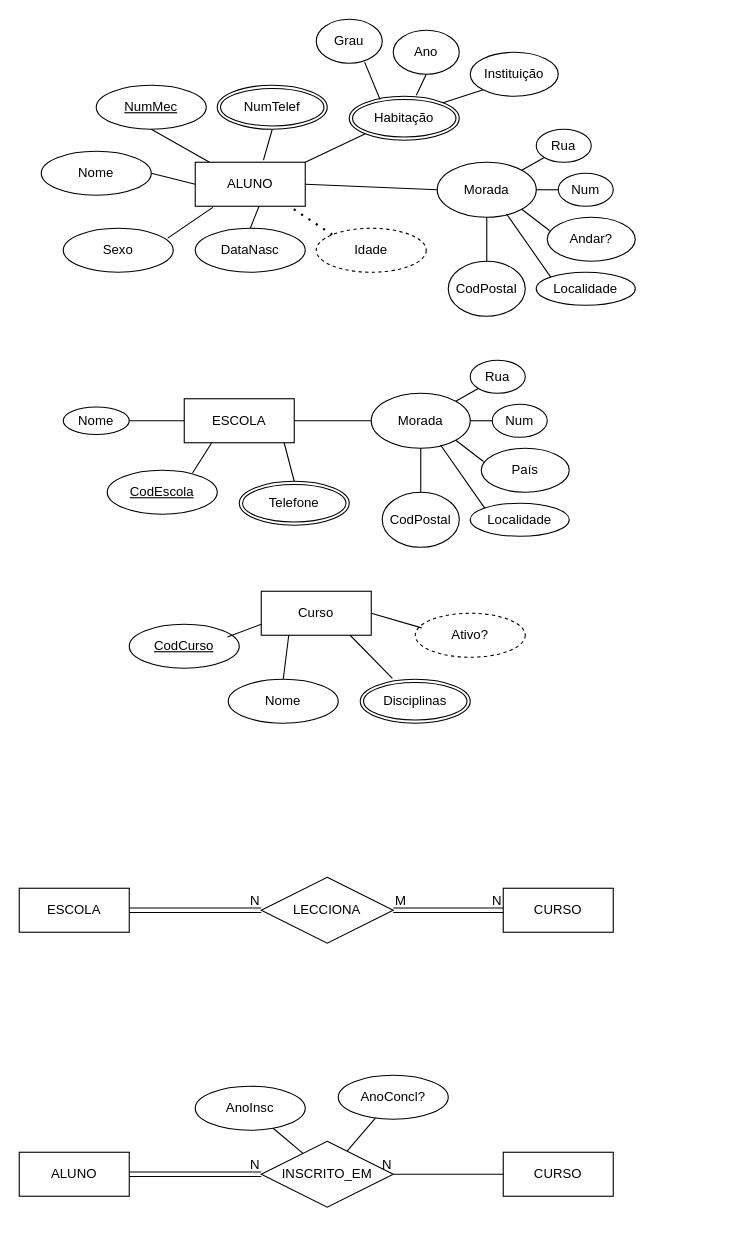
Earlier version of the draw.io diagram DiagramaEscolar.drawio (LucasAlface/Diagramas). Source tidied: cells renumbered, new cells numbered last; positions are measured from the earlier drawing's top-left corner, leaving out a move shared by most shapes. Both pictures are drawn from the tidied source at 110%, with x=0, y=0 at pixel (19, 19).
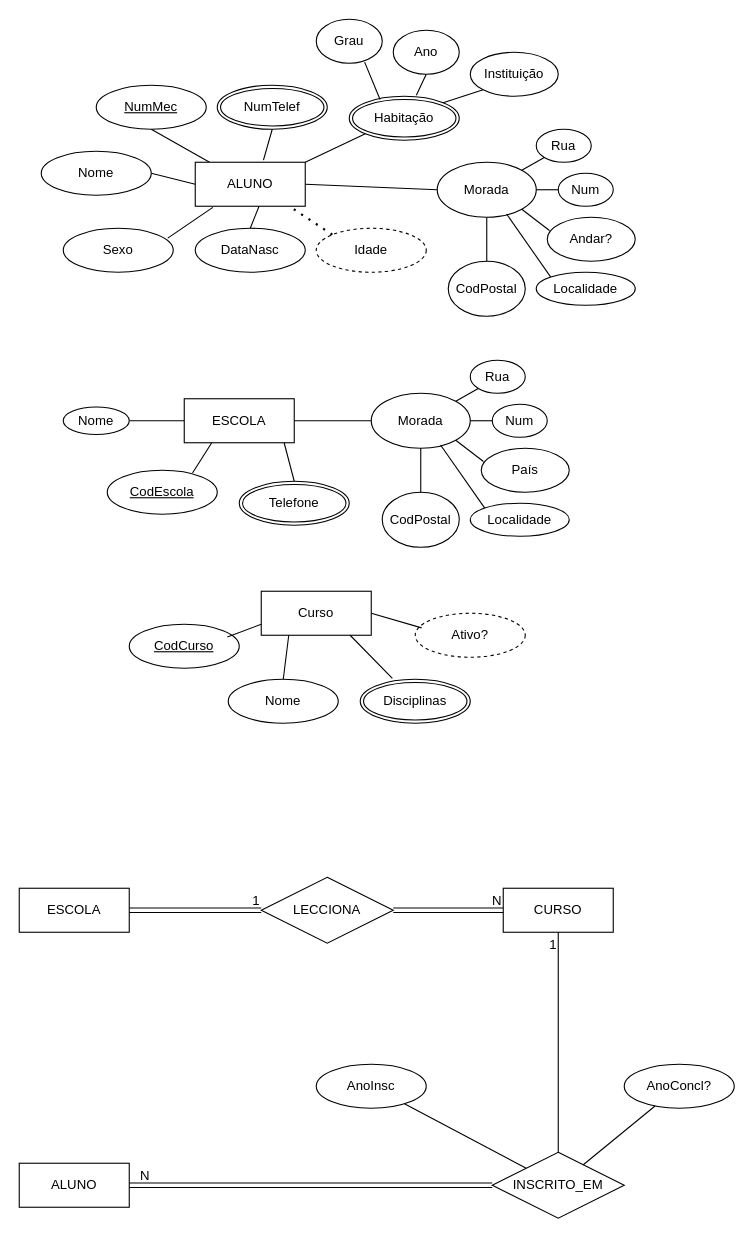
The same diagram, later.

Commit message:
Correção de relações

The change refers to these unchanged cells:
```xml
<mxCell id="64" value="CURSO" style="whiteSpace=wrap;html=1;align=center;" parent="1" vertex="1">
  <mxGeometry x="440" y="790" width="100" height="40" as="geometry" />
</mxCell>
<mxCell id="69" style="shape=link;html=1;rounded=0;" parent="1" edge="1" source="63" target="65">
  <mxGeometry relative="1" as="geometry" />
</mxCell>
<mxCell id="71" style="shape=link;html=1;rounded=0;" parent="1" edge="1" source="66" target="68">
  <mxGeometry relative="1" as="geometry" />
</mxCell>
<mxCell id="73" style="shape=link;html=1;rounded=0;" parent="1" edge="1" source="65" target="64">
  <mxGeometry relative="1" as="geometry" />
</mxCell>
```

What changed in the source:
```diff
@@
     <mxCell id="66" value="ALUNO" style="whiteSpace=wrap;html=1;align=center;" parent="1" vertex="1">
-      <mxGeometry y="1030" width="100" height="40" as="geometry" />
+      <mxGeometry y="1040" width="100" height="40" as="geometry" />
     </mxCell>
-    <mxCell id="67" value="CURSO" style="whiteSpace=wrap;html=1;align=center;" parent="1" vertex="1">
-      <mxGeometry x="440" y="1030" width="100" height="40" as="geometry" />
-    </mxCell>
     <mxCell id="68" value="INSCRITO_EM" style="shape=rhombus;perimeter=rhombusPerimeter;whiteSpace=wrap;html=1;align=center;" parent="1" vertex="1">
-      <mxGeometry x="220" y="1020" width="120" height="60" as="geometry" />
+      <mxGeometry x="430" y="1030" width="120" height="60" as="geometry" />
     </mxCell>
@@
-    <mxCell id="70" value="N" style="html=1;whiteSpace=wrap;align=right;verticalAlign=bottom;" parent="69" vertex="1">
+    <mxCell id="70" value="1" style="html=1;whiteSpace=wrap;align=right;verticalAlign=bottom;" parent="69" vertex="1">
       <mxGeometry x="1" relative="1" as="geometry" />
     </mxCell>
@@
     <mxCell id="72" value="N" style="html=1;whiteSpace=wrap;align=right;verticalAlign=bottom;" parent="71" vertex="1">
-      <mxGeometry x="1" relative="1" as="geometry" />
+      <mxGeometry x="1" relative="1" as="geometry">
+        <mxPoint x="-310" as="offset" />
+      </mxGeometry>
     </mxCell>
@@
-    <mxCell id="74" value="M" style="html=1;whiteSpace=wrap;align=left;verticalAlign=bottom;" parent="73" vertex="1">
-      <mxGeometry x="-1" relative="1" as="geometry" />
-    </mxCell>
@@
-    <mxCell id="76" style="endArrow=none;html=1;rounded=0;" parent="1" edge="1" source="67" target="68">
+    <mxCell id="76" style="endArrow=none;html=1;rounded=0;" parent="1" edge="1" source="64" target="68">
       <mxGeometry relative="1" as="geometry" />
     </mxCell>
-    <mxCell id="77" value="N" style="html=1;whiteSpace=wrap;align=right;verticalAlign=bottom;" parent="76" vertex="1">
-      <mxGeometry x="1" relative="1" as="geometry" />
+    <mxCell id="77" value="1" style="html=1;whiteSpace=wrap;align=right;verticalAlign=bottom;" parent="76" vertex="1">
+      <mxGeometry x="1" relative="1" as="geometry">
+        <mxPoint y="-180" as="offset" />
+      </mxGeometry>
     </mxCell>
     <mxCell id="78" value="AnoInsc" style="ellipse;whiteSpace=wrap;html=1;align=center;" parent="1" vertex="1">
-      <mxGeometry x="160" y="970" width="100" height="40" as="geometry" />
+      <mxGeometry x="270" y="950" width="100" height="40" as="geometry" />
     </mxCell>
     <mxCell id="79" value="AnoConcl?" style="ellipse;whiteSpace=wrap;html=1;align=center;" parent="1" vertex="1">
-      <mxGeometry x="290" y="960" width="100" height="40" as="geometry" />
+      <mxGeometry x="550" y="950" width="100" height="40" as="geometry" />
     </mxCell>
```
